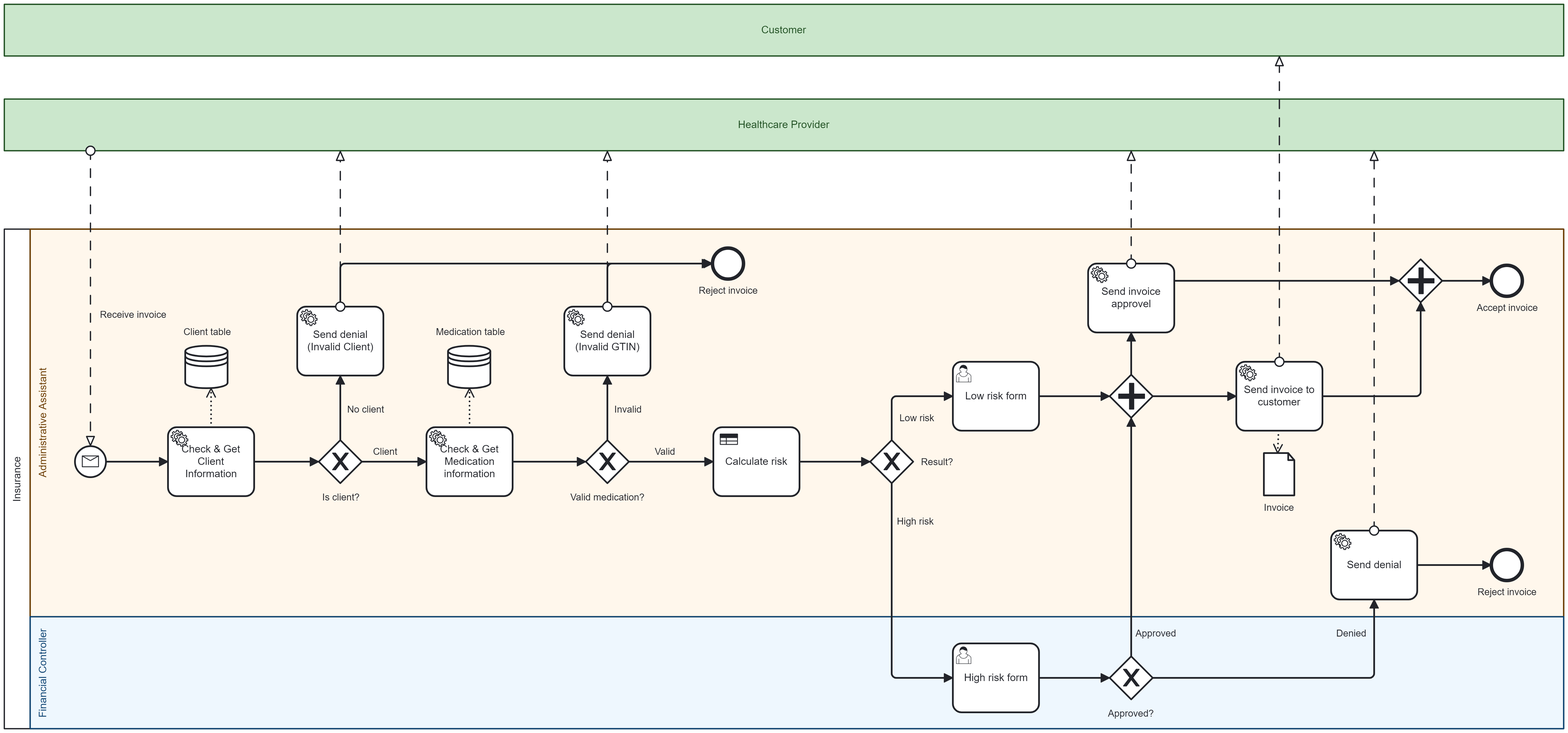
Before: images/Pulse_to_be_Process.png, a diagram exported from BPMN (DigiBP/AS24TeamPulse). Its source is kept beside it as bpmn/Pulse_to_be_Process.bpmn. Ids are renumbered.
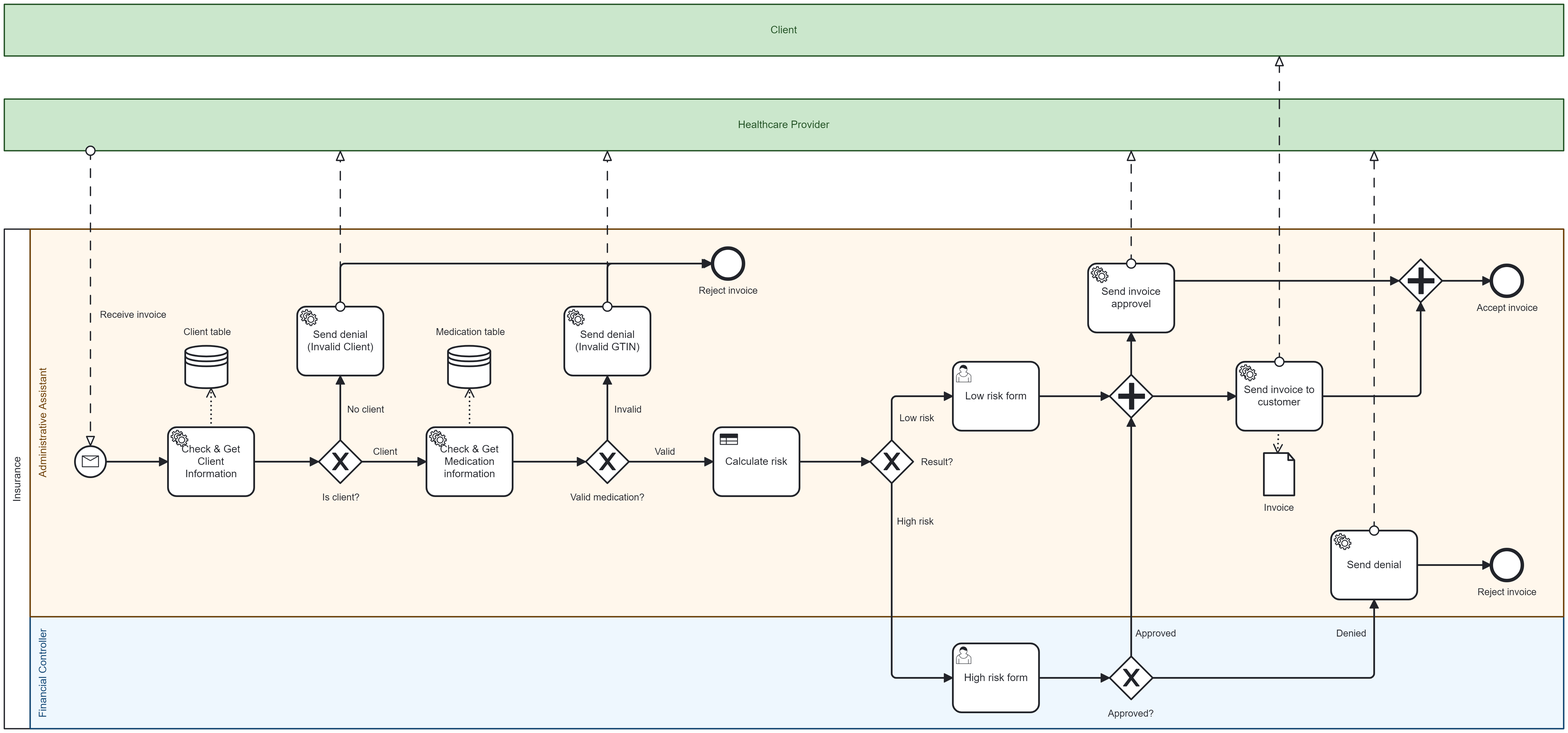
After the commit.

Change to the diagram source:
```diff
@@ -2,7 +2,7 @@
   <bpmn:message id="Message_n2" name="Message_n2" />
   <bpmn:collaboration id="Collaboration_n3">
     <bpmn:participant id="Participant_n4" name="Insurance" processRef="Pulse_to_be_Process" />
-    <bpmn:participant id="Participant_n5" name="Customer" />
+    <bpmn:participant id="Participant_n5" name="Client" />
     <bpmn:participant id="Participant_n6" name="Healthcare Provider" />
     <bpmn:messageFlow id="Flow_n7" name="Receive invoice" sourceRef="Participant_n6" targetRef="start" />
     <bpmn:messageFlow id="Flow_n8" sourceRef="Activity_n9" targetRef="Participant_n6" />
@@ -370,12 +370,12 @@
         <dc:Bounds x="160" y="340" width="1810" height="580" />
         <bpmndi:BPMNLabel />
       </bpmndi:BPMNShape>
+      <bpmndi:BPMNShape id="Lane_n32_di" bpmnElement="Lane_n32" isHorizontal="true" bioc:stroke="#0d4372" bioc:fill="#bbdefb" color:background-color="#bbdefb" color:border-color="#0d4372">
+        <dc:Bounds x="190" y="790" width="1780" height="130" />
+        <bpmndi:BPMNLabel />
+      </bpmndi:BPMNShape>
       <bpmndi:BPMNShape id="Lane_n19_di" bpmnElement="Lane_n19" isHorizontal="true" bioc:stroke="#6b3c00" bioc:fill="#ffe0b2" color:background-color="#ffe0b2" color:border-color="#6b3c00">
         <dc:Bounds x="190" y="340" width="1780" height="450" />
-        <bpmndi:BPMNLabel />
-      </bpmndi:BPMNShape>
-      <bpmndi:BPMNShape id="Lane_n32_di" bpmnElement="Lane_n32" isHorizontal="true" bioc:stroke="#0d4372" bioc:fill="#bbdefb" color:background-color="#bbdefb" color:border-color="#0d4372">
-        <dc:Bounds x="190" y="790" width="1780" height="130" />
         <bpmndi:BPMNLabel />
       </bpmndi:BPMNShape>
       <bpmndi:BPMNShape id="BPMNShape_n65" bpmnElement="Activity_n20">
@@ -605,12 +605,12 @@
         <di:waypoint x="1468" y="509" />
         <di:waypoint x="1468" y="460" />
       </bpmndi:BPMNEdge>
+      <bpmndi:BPMNShape id="Participant_0wn0ef3_di" bpmnElement="Participant_n5" isHorizontal="true" bioc:stroke="#205022" bioc:fill="#c8e6c9" color:background-color="#c8e6c9" color:border-color="#205022">
+        <dc:Bounds x="160" y="79" width="1810" height="60" />
+        <bpmndi:BPMNLabel />
+      </bpmndi:BPMNShape>
       <bpmndi:BPMNShape id="BPMNShape_n75" bpmnElement="Participant_n6" isHorizontal="true" bioc:stroke="#205022" bioc:fill="#c8e6c9" color:background-color="#c8e6c9" color:border-color="#205022">
         <dc:Bounds x="160" y="189" width="1810" height="60" />
-        <bpmndi:BPMNLabel />
-      </bpmndi:BPMNShape>
-      <bpmndi:BPMNShape id="Participant_0wn0ef3_di" bpmnElement="Participant_n5" isHorizontal="true" bioc:stroke="#205022" bioc:fill="#c8e6c9" color:background-color="#c8e6c9" color:border-color="#205022">
-        <dc:Bounds x="160" y="79" width="1810" height="60" />
         <bpmndi:BPMNLabel />
       </bpmndi:BPMNShape>
       <bpmndi:BPMNEdge id="DataOutputAssociation_n37_di" bpmnElement="DataOutputAssociation_n37">
@@ -620,6 +620,10 @@
       <bpmndi:BPMNEdge id="DataOutputAssociation_n41_di" bpmnElement="DataOutputAssociation_n41">
         <di:waypoint x="700" y="570" />
         <di:waypoint x="700" y="525" />
+      </bpmndi:BPMNEdge>
+      <bpmndi:BPMNEdge id="DataOutputAssociation_n62_di" bpmnElement="DataOutputAssociation_n62">
+        <di:waypoint x="1639" y="574" />
+        <di:waypoint x="1638" y="600" />
       </bpmndi:BPMNEdge>
       <bpmndi:BPMNEdge id="Flow_n7_di" bpmnElement="Flow_n7">
         <di:waypoint x="260" y="249" />
@@ -636,10 +640,6 @@
         <di:waypoint x="1640" y="494" />
         <di:waypoint x="1640" y="139" />
       </bpmndi:BPMNEdge>
-      <bpmndi:BPMNEdge id="DataOutputAssociation_n62_di" bpmnElement="DataOutputAssociation_n62">
-        <di:waypoint x="1639" y="574" />
-        <di:waypoint x="1638" y="600" />
-      </bpmndi:BPMNEdge>
       <bpmndi:BPMNEdge id="Flow_n12_di" bpmnElement="Flow_n12">
         <di:waypoint x="550" y="430" />
         <di:waypoint x="550" y="249" />
```
